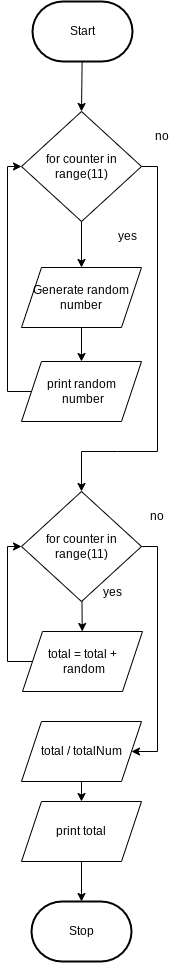
Above: Drawio/FlowChart.png in JacksonNaufal/ICS3U-Unit6-02-Python (draw.io), before the change. Source tidied: cells renumbered, new cells last; positions are measured from the earlier drawing's top-left corner, leaving out a move shared by most shapes. Its diagram source:
```xml
<mxGraphModel>
  <root>
    <mxCell id="0" />
    <mxCell id="1" parent="0" />
    <mxCell id="2" style="edgeStyle=none;rounded=0;html=1;entryX=0.5;entryY=0;entryDx=0;entryDy=0;endArrow=classic;endFill=1;" parent="1" edge="1" source="3" target="7">
      <mxGeometry relative="1" as="geometry" />
    </mxCell>
    <mxCell id="3" value="Start" style="strokeWidth=2;html=1;shape=mxgraph.flowchart.terminator;whiteSpace=wrap;" parent="1" vertex="1">
      <mxGeometry x="25" width="100" height="60" as="geometry" />
    </mxCell>
    <mxCell id="4" value="Stop" style="strokeWidth=2;html=1;shape=mxgraph.flowchart.terminator;whiteSpace=wrap;rounded=1;" parent="1" vertex="1">
      <mxGeometry x="24" y="900" width="100" height="60" as="geometry" />
    </mxCell>
    <mxCell id="5" style="edgeStyle=none;html=1;" parent="1" edge="1" source="7" target="10">
      <mxGeometry relative="1" as="geometry" />
    </mxCell>
    <mxCell id="6" style="edgeStyle=none;rounded=0;html=1;exitX=1;exitY=0.5;exitDx=0;exitDy=0;entryX=0.5;entryY=0;entryDx=0;entryDy=0;" parent="1" edge="1" source="7" target="15">
      <mxGeometry relative="1" as="geometry">
        <Array as="points">
          <mxPoint x="150" y="165" />
          <mxPoint x="150" y="450" />
          <mxPoint x="110" y="450" />
          <mxPoint x="74" y="450" />
        </Array>
      </mxGeometry>
    </mxCell>
    <mxCell id="7" value="for counter in range(11)" style="rhombus;whiteSpace=wrap;html=1;" parent="1" vertex="1">
      <mxGeometry x="14" y="110" width="120" height="110" as="geometry" />
    </mxCell>
    <mxCell id="8" style="edgeStyle=none;html=1;entryX=0;entryY=0.5;entryDx=0;entryDy=0;rounded=0;exitX=0;exitY=0.5;exitDx=0;exitDy=0;" parent="1" edge="1" source="24" target="7">
      <mxGeometry relative="1" as="geometry">
        <Array as="points">
          <mxPoint y="390" />
          <mxPoint y="165" />
        </Array>
      </mxGeometry>
    </mxCell>
    <mxCell id="9" style="edgeStyle=none;rounded=0;html=1;" parent="1" edge="1" source="10" target="24">
      <mxGeometry relative="1" as="geometry" />
    </mxCell>
    <mxCell id="10" value="Generate random number" style="shape=parallelogram;perimeter=parallelogramPerimeter;whiteSpace=wrap;html=1;fixedSize=1;" parent="1" vertex="1">
      <mxGeometry x="14" y="266" width="120" height="60" as="geometry" />
    </mxCell>
    <mxCell id="11" value="yes" style="text;html=1;strokeColor=none;fillColor=none;align=center;verticalAlign=middle;whiteSpace=wrap;rounded=0;" parent="1" vertex="1">
      <mxGeometry x="90" y="220" width="60" height="30" as="geometry" />
    </mxCell>
    <mxCell id="12" value="no" style="text;html=1;strokeColor=none;fillColor=none;align=center;verticalAlign=middle;whiteSpace=wrap;rounded=0;" parent="1" vertex="1">
      <mxGeometry x="125" y="120" width="60" height="30" as="geometry" />
    </mxCell>
    <mxCell id="13" style="edgeStyle=none;rounded=0;html=1;" parent="1" edge="1" source="15" target="17">
      <mxGeometry relative="1" as="geometry" />
    </mxCell>
    <mxCell id="14" style="edgeStyle=none;rounded=0;html=1;entryX=1;entryY=0.5;entryDx=0;entryDy=0;" parent="1" edge="1" source="15" target="19">
      <mxGeometry relative="1" as="geometry">
        <Array as="points">
          <mxPoint x="150" y="545" />
          <mxPoint x="150" y="750" />
        </Array>
      </mxGeometry>
    </mxCell>
    <mxCell id="15" value="for counter in range(11)" style="rhombus;whiteSpace=wrap;html=1;" parent="1" vertex="1">
      <mxGeometry x="14" y="490" width="120" height="110" as="geometry" />
    </mxCell>
    <mxCell id="16" style="edgeStyle=none;rounded=0;html=1;entryX=0;entryY=0.5;entryDx=0;entryDy=0;" parent="1" edge="1" source="17" target="15">
      <mxGeometry relative="1" as="geometry">
        <Array as="points">
          <mxPoint y="660" />
          <mxPoint y="545" />
        </Array>
      </mxGeometry>
    </mxCell>
    <mxCell id="17" value="total = total +&lt;br&gt;&amp;nbsp;random" style="shape=parallelogram;perimeter=parallelogramPerimeter;whiteSpace=wrap;html=1;fixedSize=1;" parent="1" vertex="1">
      <mxGeometry x="15" y="630" width="120" height="60" as="geometry" />
    </mxCell>
    <mxCell id="18" style="edgeStyle=none;rounded=0;html=1;" parent="1" edge="1" source="19" target="21">
      <mxGeometry relative="1" as="geometry" />
    </mxCell>
    <mxCell id="19" value="total / totalNum" style="shape=parallelogram;perimeter=parallelogramPerimeter;whiteSpace=wrap;html=1;fixedSize=1;" parent="1" vertex="1">
      <mxGeometry x="14" y="720" width="120" height="60" as="geometry" />
    </mxCell>
    <mxCell id="20" style="edgeStyle=none;rounded=0;html=1;" parent="1" edge="1" source="21" target="4">
      <mxGeometry relative="1" as="geometry" />
    </mxCell>
    <mxCell id="21" value="print total" style="shape=parallelogram;perimeter=parallelogramPerimeter;whiteSpace=wrap;html=1;fixedSize=1;" parent="1" vertex="1">
      <mxGeometry x="14" y="800" width="120" height="60" as="geometry" />
    </mxCell>
    <mxCell id="22" value="yes" style="text;html=1;strokeColor=none;fillColor=none;align=center;verticalAlign=middle;whiteSpace=wrap;rounded=0;" parent="1" vertex="1">
      <mxGeometry x="75" y="576" width="60" height="30" as="geometry" />
    </mxCell>
    <mxCell id="23" value="no" style="text;html=1;strokeColor=none;fillColor=none;align=center;verticalAlign=middle;whiteSpace=wrap;rounded=0;" parent="1" vertex="1">
      <mxGeometry x="120" y="500" width="60" height="30" as="geometry" />
    </mxCell>
    <mxCell id="24" value="print random&lt;br&gt;&amp;nbsp;number" style="shape=parallelogram;perimeter=parallelogramPerimeter;whiteSpace=wrap;html=1;fixedSize=1;" parent="1" vertex="1">
      <mxGeometry x="14" y="360" width="120" height="60" as="geometry" />
    </mxCell>
  </root>
</mxGraphModel>
```
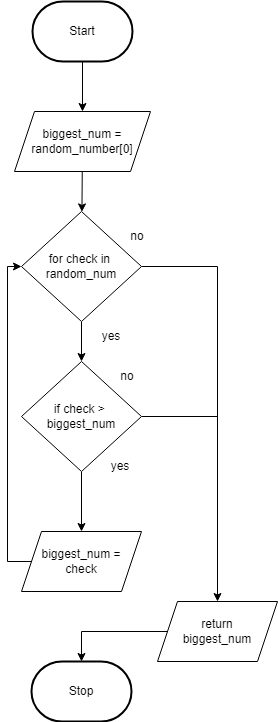
After the change.

Diff of the diagram source:
```diff
@@ -2,96 +2,77 @@
   <root>
     <mxCell id="0" />
     <mxCell id="1" parent="0" />
-    <mxCell id="2" style="edgeStyle=none;rounded=0;html=1;entryX=0.5;entryY=0;entryDx=0;entryDy=0;endArrow=classic;endFill=1;" parent="1" edge="1" source="3" target="7">
-      <mxGeometry relative="1" as="geometry" />
-    </mxCell>
+    <mxCell id="25" style="edgeStyle=none;html=1;" parent="1" edge="1" source="3" target="20">
+      <mxGeometry relative="1" as="geometry" />
+    </mxCell>
     <mxCell id="3" value="Start" style="strokeWidth=2;html=1;shape=mxgraph.flowchart.terminator;whiteSpace=wrap;" parent="1" vertex="1">
-      <mxGeometry x="25" width="100" height="60" as="geometry" />
+      <mxGeometry x="25" y="-20" width="100" height="60" as="geometry" />
     </mxCell>
     <mxCell id="4" value="Stop" style="strokeWidth=2;html=1;shape=mxgraph.flowchart.terminator;whiteSpace=wrap;rounded=1;" parent="1" vertex="1">
-      <mxGeometry x="24" y="900" width="100" height="60" as="geometry" />
+      <mxGeometry x="24" y="640" width="100" height="60" as="geometry" />
     </mxCell>
-    <mxCell id="5" style="edgeStyle=none;html=1;" parent="1" edge="1" source="7" target="10">
-      <mxGeometry relative="1" as="geometry" />
-    </mxCell>
-    <mxCell id="6" style="edgeStyle=none;rounded=0;html=1;exitX=1;exitY=0.5;exitDx=0;exitDy=0;entryX=0.5;entryY=0;entryDx=0;entryDy=0;" parent="1" edge="1" source="7" target="15">
-      <mxGeometry relative="1" as="geometry">
-        <Array as="points">
-          <mxPoint x="150" y="165" />
-          <mxPoint x="150" y="450" />
-          <mxPoint x="110" y="450" />
-          <mxPoint x="74" y="450" />
-        </Array>
-      </mxGeometry>
-    </mxCell>
+    <mxCell id="26" style="edgeStyle=none;html=1;" parent="1" edge="1" source="7" target="31">
+      <mxGeometry relative="1" as="geometry" />
+    </mxCell>
+    <mxCell id="27" style="edgeStyle=none;html=1;entryX=0.5;entryY=0;entryDx=0;entryDy=0;endArrow=classic;endFill=1;rounded=0;" parent="1" edge="1" source="7" target="33">
+      <mxGeometry relative="1" as="geometry">
+        <Array as="points">
+          <mxPoint x="210" y="245" />
+        </Array>
+      </mxGeometry>
+    </mxCell>
-    <mxCell id="7" value="for counter in range(11)" style="rhombus;whiteSpace=wrap;html=1;" parent="1" vertex="1">
-      <mxGeometry x="14" y="110" width="120" height="110" as="geometry" />
+    <mxCell id="7" value="for check in&amp;nbsp;&lt;br&gt;random_num" style="rhombus;whiteSpace=wrap;html=1;" parent="1" vertex="1">
+      <mxGeometry x="14" y="190" width="120" height="110" as="geometry" />
     </mxCell>
     <mxCell id="8" style="edgeStyle=none;html=1;entryX=0;entryY=0.5;entryDx=0;entryDy=0;rounded=0;exitX=0;exitY=0.5;exitDx=0;exitDy=0;" parent="1" edge="1" source="24" target="7">
       <mxGeometry relative="1" as="geometry">
         <Array as="points">
-          <mxPoint y="390" />
-          <mxPoint y="165" />
+          <mxPoint y="540" />
+          <mxPoint y="245" />
         </Array>
       </mxGeometry>
     </mxCell>
-    <mxCell id="9" style="edgeStyle=none;rounded=0;html=1;" parent="1" edge="1" source="10" target="24">
-      <mxGeometry relative="1" as="geometry" />
-    </mxCell>
-    <mxCell id="10" value="Generate random number" style="shape=parallelogram;perimeter=parallelogramPerimeter;whiteSpace=wrap;html=1;fixedSize=1;" parent="1" vertex="1">
-      <mxGeometry x="14" y="266" width="120" height="60" as="geometry" />
-    </mxCell>
     <mxCell id="11" value="yes" style="text;html=1;strokeColor=none;fillColor=none;align=center;verticalAlign=middle;whiteSpace=wrap;rounded=0;" parent="1" vertex="1">
-      <mxGeometry x="90" y="220" width="60" height="30" as="geometry" />
+      <mxGeometry x="74" y="300" width="60" height="30" as="geometry" />
     </mxCell>
     <mxCell id="12" value="no" style="text;html=1;strokeColor=none;fillColor=none;align=center;verticalAlign=middle;whiteSpace=wrap;rounded=0;" parent="1" vertex="1">
-      <mxGeometry x="125" y="120" width="60" height="30" as="geometry" />
+      <mxGeometry x="100" y="200" width="60" height="30" as="geometry" />
     </mxCell>
-    <mxCell id="13" style="edgeStyle=none;rounded=0;html=1;" parent="1" edge="1" source="15" target="17">
-      <mxGeometry relative="1" as="geometry" />
-    </mxCell>
-    <mxCell id="14" style="edgeStyle=none;rounded=0;html=1;entryX=1;entryY=0.5;entryDx=0;entryDy=0;" parent="1" edge="1" source="15" target="19">
-      <mxGeometry relative="1" as="geometry">
-        <Array as="points">
-          <mxPoint x="150" y="545" />
-          <mxPoint x="150" y="750" />
-        </Array>
-      </mxGeometry>
-    </mxCell>
-    <mxCell id="15" value="for counter in range(11)" style="rhombus;whiteSpace=wrap;html=1;" parent="1" vertex="1">
-      <mxGeometry x="14" y="490" width="120" height="110" as="geometry" />
-    </mxCell>
-    <mxCell id="16" style="edgeStyle=none;rounded=0;html=1;entryX=0;entryY=0.5;entryDx=0;entryDy=0;" parent="1" edge="1" source="17" target="15">
-      <mxGeometry relative="1" as="geometry">
-        <Array as="points">
-          <mxPoint y="660" />
-          <mxPoint y="545" />
-        </Array>
-      </mxGeometry>
-    </mxCell>
-    <mxCell id="17" value="total = total +&lt;br&gt;&amp;nbsp;random" style="shape=parallelogram;perimeter=parallelogramPerimeter;whiteSpace=wrap;html=1;fixedSize=1;" parent="1" vertex="1">
-      <mxGeometry x="15" y="630" width="120" height="60" as="geometry" />
-    </mxCell>
-    <mxCell id="18" style="edgeStyle=none;rounded=0;html=1;" parent="1" edge="1" source="19" target="21">
-      <mxGeometry relative="1" as="geometry" />
-    </mxCell>
-    <mxCell id="19" value="total / totalNum" style="shape=parallelogram;perimeter=parallelogramPerimeter;whiteSpace=wrap;html=1;fixedSize=1;" parent="1" vertex="1">
-      <mxGeometry x="14" y="720" width="120" height="60" as="geometry" />
-    </mxCell>
+    <mxCell id="24" value="biggest_num =&lt;br&gt;check" style="shape=parallelogram;perimeter=parallelogramPerimeter;whiteSpace=wrap;html=1;fixedSize=1;" parent="1" vertex="1">
+      <mxGeometry x="14" y="510" width="120" height="60" as="geometry" />
+    </mxCell>
+    <mxCell id="28" style="edgeStyle=none;html=1;" parent="1" edge="1" source="20" target="7">
+      <mxGeometry relative="1" as="geometry" />
+    </mxCell>
-    <mxCell id="20" style="edgeStyle=none;rounded=0;html=1;" parent="1" edge="1" source="21" target="4">
-      <mxGeometry relative="1" as="geometry" />
+    <mxCell id="20" value="biggest_num = random_number[0]" style="shape=parallelogram;perimeter=parallelogramPerimeter;whiteSpace=wrap;html=1;fixedSize=1;" parent="1" vertex="1">
+      <mxGeometry x="7" y="90" width="136" height="60" as="geometry" />
     </mxCell>
-    <mxCell id="21" value="print total" style="shape=parallelogram;perimeter=parallelogramPerimeter;whiteSpace=wrap;html=1;fixedSize=1;" parent="1" vertex="1">
-      <mxGeometry x="14" y="800" width="120" height="60" as="geometry" />
-    </mxCell>
+    <mxCell id="29" style="edgeStyle=none;html=1;entryX=0.5;entryY=0;entryDx=0;entryDy=0;" parent="1" edge="1" source="31" target="24">
+      <mxGeometry relative="1" as="geometry" />
+    </mxCell>
+    <mxCell id="30" style="edgeStyle=none;html=1;endArrow=none;endFill=0;" parent="1" edge="1" source="31">
+      <mxGeometry relative="1" as="geometry">
+        <mxPoint x="210" y="395" as="targetPoint" />
+      </mxGeometry>
+    </mxCell>
+    <mxCell id="31" value="if check &amp;gt;&amp;nbsp;&lt;br&gt;biggest_num" style="rhombus;whiteSpace=wrap;html=1;" parent="1" vertex="1">
+      <mxGeometry x="14" y="340" width="120" height="110" as="geometry" />
+    </mxCell>
+    <mxCell id="23" value="no" style="text;html=1;strokeColor=none;fillColor=none;align=center;verticalAlign=middle;whiteSpace=wrap;rounded=0;" parent="1" vertex="1">
+      <mxGeometry x="90" y="340" width="60" height="30" as="geometry" />
+    </mxCell>
     <mxCell id="22" value="yes" style="text;html=1;strokeColor=none;fillColor=none;align=center;verticalAlign=middle;whiteSpace=wrap;rounded=0;" parent="1" vertex="1">
-      <mxGeometry x="75" y="576" width="60" height="30" as="geometry" />
+      <mxGeometry x="83" y="430" width="60" height="30" as="geometry" />
     </mxCell>
-    <mxCell id="23" value="no" style="text;html=1;strokeColor=none;fillColor=none;align=center;verticalAlign=middle;whiteSpace=wrap;rounded=0;" parent="1" vertex="1">
-      <mxGeometry x="120" y="500" width="60" height="30" as="geometry" />
-    </mxCell>
-    <mxCell id="24" value="print random&lt;br&gt;&amp;nbsp;number" style="shape=parallelogram;perimeter=parallelogramPerimeter;whiteSpace=wrap;html=1;fixedSize=1;" parent="1" vertex="1">
-      <mxGeometry x="14" y="360" width="120" height="60" as="geometry" />
-    </mxCell>
+    <mxCell id="32" style="edgeStyle=none;rounded=0;html=1;entryX=0.5;entryY=0;entryDx=0;entryDy=0;entryPerimeter=0;endArrow=classic;endFill=1;" parent="1" edge="1" source="33" target="4">
+      <mxGeometry relative="1" as="geometry">
+        <Array as="points">
+          <mxPoint x="74" y="610" />
+        </Array>
+      </mxGeometry>
+    </mxCell>
+    <mxCell id="33" value="return&lt;br&gt;biggest_num" style="shape=parallelogram;perimeter=parallelogramPerimeter;whiteSpace=wrap;html=1;fixedSize=1;" parent="1" vertex="1">
+      <mxGeometry x="150" y="580" width="120" height="60" as="geometry" />
+    </mxCell>
   </root>
 </mxGraphModel>
```
